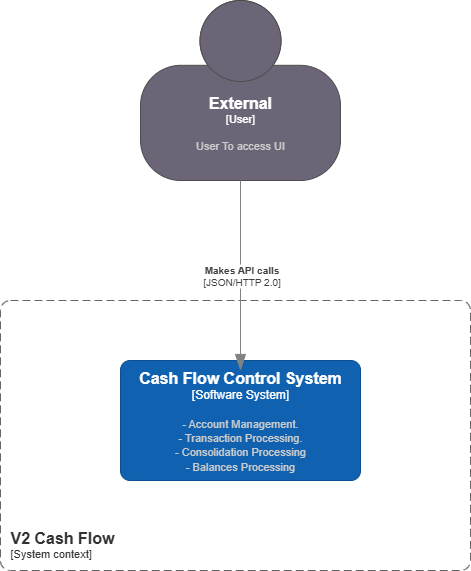
Before: c4_systemcontext_cahsflow.png, a diagram exported from draw.io (andreymmonteiro/CashFlow). Source tidied: cells renumbered, new cells last; positions are measured from the earlier drawing's top-left corner, leaving out a move shared by most shapes.
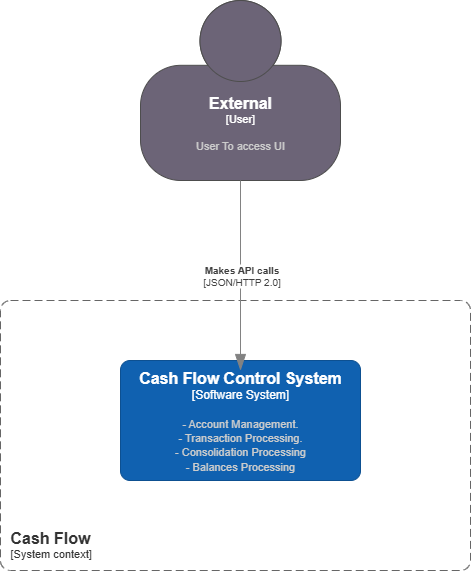
The same file after the commit.

Commit message:
DOC: Adjust system

The edit, as a diff of the source:
```diff
@@ -7,7 +7,7 @@
         <mxGeometry x="140" width="200" height="180" as="geometry" />
       </mxCell>
     </object>
-    <object id="3" label="&lt;font style=&quot;font-size: 16px&quot;&gt;&lt;b&gt;&lt;div style=&quot;text-align: left&quot;&gt;%c4Name%&lt;/div&gt;&lt;/b&gt;&lt;/font&gt;&lt;div style=&quot;text-align: left&quot;&gt;[%c4Application%]&lt;/div&gt;" c4Application="System context" c4Name="V2 Cash Flow" c4Type="SystemScopeBoundary" placeholders="1">
+    <object id="3" label="&lt;font style=&quot;font-size: 16px&quot;&gt;&lt;b&gt;&lt;div style=&quot;text-align: left&quot;&gt;%c4Name%&lt;/div&gt;&lt;/b&gt;&lt;/font&gt;&lt;div style=&quot;text-align: left&quot;&gt;[%c4Application%]&lt;/div&gt;" c4Application="System context" c4Name="Cash Flow" c4Type="SystemScopeBoundary" placeholders="1">
       <mxCell style="rounded=1;fontSize=11;whiteSpace=wrap;html=1;dashed=1;arcSize=20;fillColor=none;strokeColor=#666666;fontColor=#333333;labelBackgroundColor=none;align=left;verticalAlign=bottom;labelBorderColor=none;spacingTop=0;spacing=10;dashPattern=8 4;perimeter=rectanglePerimeter;noLabel=0;labelPadding=0;absoluteArcSize=1;" parent="1" vertex="1">
         <mxGeometry y="300" width="470" height="270" as="geometry" />
       </mxCell>
```
